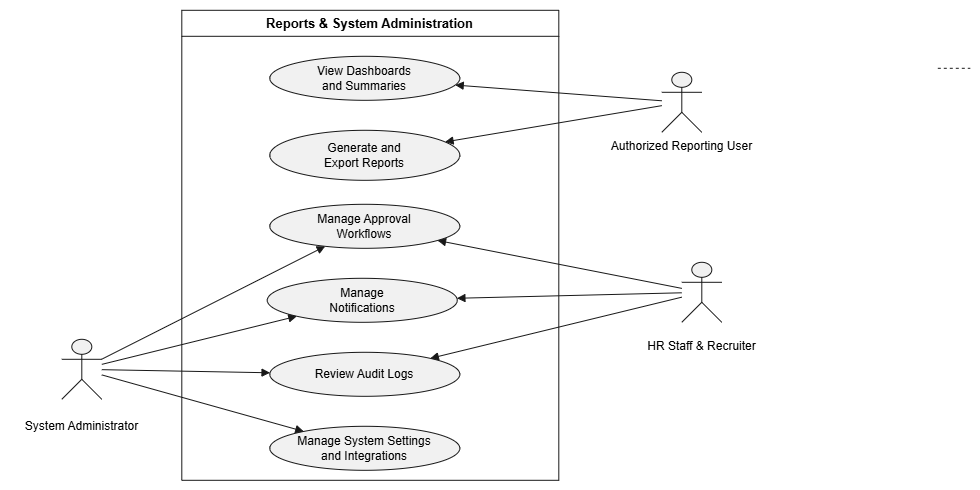
Earlier version of the draw.io export docs/assets/usecase/HR-WorkFoce-Usecase-Reports-System-Administration.drawio.png (Hagiakhanh/HR-Workforce-Management). Source tidied: cells renumbered, new cells last; positions are measured from the earlier drawing's top-left corner, leaving out a move shared by most shapes.
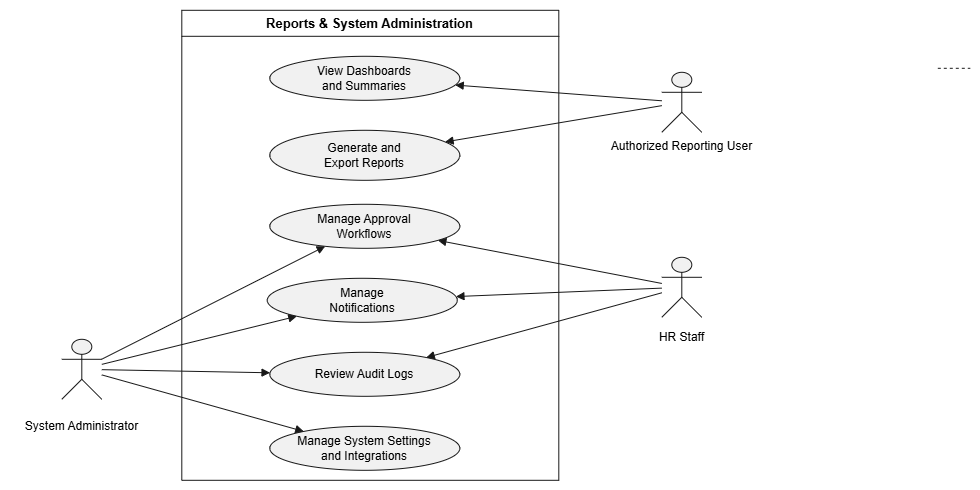
Above is the later version.

Commit message:
doc: fix usecase diagram

What changed in the source:
```diff
@@ -3,7 +3,7 @@
     <mxCell id="0" />
     <mxCell id="1" parent="0" />
     <mxCell id="2" style="group;transparentBounds=1;editIcon=1;lockedGroup=0;groupPadding=10;" parent="1" vertex="1">
-      <mxGeometry x="102" as="geometry" />
+      <mxGeometry x="102" width="580" height="401" as="geometry" />
     </mxCell>
     <mxCell id="3" value="Reports &amp; System Administration" style="swimlane;startSize=26;fillColor=none;strokeColor=#181818;fontColor=#000000;fontSize=13;fontStyle=1;whiteSpace=wrap;" parent="2" vertex="1">
       <mxGeometry x="70" y="58" width="377" height="470" as="geometry" />
@@ -33,10 +33,10 @@
       <mxGeometry x="484.5" y="180" width="171" height="16" as="geometry" />
     </mxCell>
     <mxCell id="12" style="shape=umlActor;html=1;fillColor=#F1F1F1;strokeColor=#181818;fontColor=#000000;fontSize=12;" parent="2" vertex="1">
-      <mxGeometry x="570" y="310" width="40" height="60" as="geometry" />
+      <mxGeometry x="550" y="305" width="40" height="60" as="geometry" />
     </mxCell>
-    <mxCell id="13" value="HR Staff &amp; Recruiter" style="text;html=1;align=center;verticalAlign=top;fontColor=#000000;fontSize=12;" parent="2" vertex="1">
-      <mxGeometry x="526" y="380" width="128" height="16" as="geometry" />
+    <mxCell id="13" value="HR Staff" style="text;html=1;align=center;verticalAlign=top;fontColor=#000000;fontSize=12;" parent="2" vertex="1">
+      <mxGeometry x="538" y="371" width="64" height="16" as="geometry" />
     </mxCell>
     <mxCell id="14" style="shape=umlActor;html=1;fillColor=#F1F1F1;strokeColor=#181818;fontColor=#000000;fontSize=12;" parent="2" vertex="1">
       <mxGeometry x="-50" y="387" width="40" height="60" as="geometry" />
```
